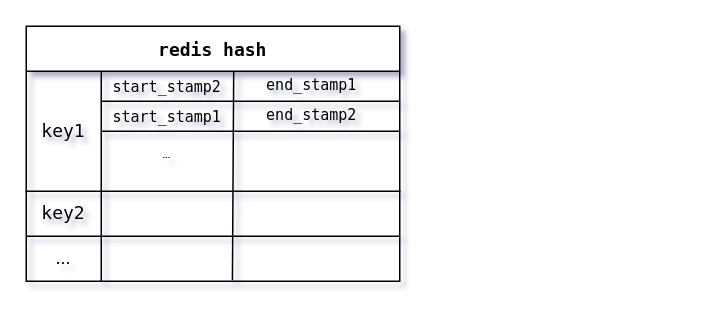
Above: course.drawio in rabbitdream/framework (draw.io), before the change. Source tidied: cells renumbered, new cells numbered last; positions are measured from the earlier drawing's top-left corner, leaving out a move shared by most shapes. Both pictures are drawn from the tidied source at 150%, with x=0, y=0 at pixel (26, 26).
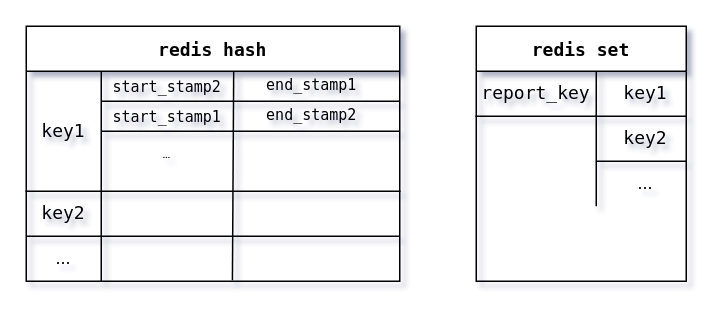
The same page after the edit.

Diff of the diagram source:
```diff
@@
+    <mxCell id="23" value="redis set" style="shape=table;startSize=30;childLayout=tableLayout;rowLines=0;fontStyle=1;align=center;fontFamily=Lucida Console;" parent="1" vertex="1">
+      <mxGeometry x="300" width="140" height="170" as="geometry" />
+    </mxCell>
+    <mxCell id="24" style="shape=partialRectangle;html=1;whiteSpace=wrap;fillColor=none;top=0;left=0;bottom=1;right=0;" parent="23" vertex="1">
+      <mxGeometry y="30" width="140" height="30" as="geometry" />
+    </mxCell>
+    <mxCell id="25" value="&lt;font face=&quot;Lucida Console&quot;&gt;report_key&lt;/font&gt;" style="shape=partialRectangle;html=1;whiteSpace=wrap;fillColor=none;top=0;left=0;bottom=0;right=0;overflow=hidden;" parent="24" vertex="1">
+      <mxGeometry width="80" height="30" as="geometry" />
+    </mxCell>
+    <mxCell id="26" value="&lt;div align=&quot;center&quot;&gt;&lt;font face=&quot;Lucida Console&quot;&gt;key1&lt;/font&gt;&lt;/div&gt;" style="shape=partialRectangle;html=1;whiteSpace=wrap;fillColor=none;top=0;left=0;bottom=0;right=0;align=center;spacingLeft=6;overflow=hidden;" parent="24" vertex="1">
+      <mxGeometry x="80" width="60" height="30" as="geometry" />
+    </mxCell>
+    <mxCell id="27" style="shape=partialRectangle;html=1;whiteSpace=wrap;fillColor=none;top=0;left=0;bottom=0;right=0;" parent="23" vertex="1">
+      <mxGeometry y="60" width="140" height="30" as="geometry" />
+    </mxCell>
+    <mxCell id="28" style="shape=partialRectangle;html=1;whiteSpace=wrap;fillColor=none;top=0;left=0;bottom=0;right=0;overflow=hidden;" parent="27" vertex="1">
+      <mxGeometry width="80" height="30" as="geometry" />
+    </mxCell>
+    <mxCell id="29" style="shape=partialRectangle;html=1;whiteSpace=wrap;fillColor=none;top=0;left=0;bottom=0;right=0;align=left;spacingLeft=6;overflow=hidden;" parent="27" vertex="1">
+      <mxGeometry x="80" width="60" height="30" as="geometry" />
+    </mxCell>
+    <mxCell id="30" style="shape=partialRectangle;html=1;whiteSpace=wrap;fillColor=none;top=0;left=0;bottom=0;right=0;" parent="23" vertex="1">
+      <mxGeometry y="90" width="140" height="30" as="geometry" />
+    </mxCell>
+    <mxCell id="31" style="shape=partialRectangle;html=1;whiteSpace=wrap;fillColor=none;top=0;left=0;bottom=0;right=0;overflow=hidden;" parent="30" vertex="1">
+      <mxGeometry width="80" height="30" as="geometry" />
+    </mxCell>
+    <mxCell id="32" style="shape=partialRectangle;html=1;whiteSpace=wrap;fillColor=none;top=0;left=0;bottom=0;right=0;align=left;spacingLeft=6;overflow=hidden;" parent="30" vertex="1">
+      <mxGeometry x="80" width="60" height="30" as="geometry" />
+    </mxCell>
+    <mxCell id="33" value="&lt;div align=&quot;center&quot;&gt;&lt;font face=&quot;Lucida Console&quot;&gt;key2&lt;/font&gt;&lt;/div&gt;" style="shape=partialRectangle;html=1;whiteSpace=wrap;fillColor=none;top=0;left=0;bottom=0;right=0;align=center;spacingLeft=6;overflow=hidden;" parent="1" vertex="1">
+      <mxGeometry x="380" y="60" width="60" height="30" as="geometry" />
+    </mxCell>
+    <mxCell id="34" value="..." style="shape=partialRectangle;html=1;whiteSpace=wrap;fillColor=none;top=0;left=0;bottom=0;right=0;align=center;spacingLeft=6;overflow=hidden;" parent="1" vertex="1">
+      <mxGeometry x="380" y="90" width="60" height="30" as="geometry" />
+    </mxCell>
+    <mxCell id="35" style="endArrow=none;html=1;fontFamily=Lucida Console;" parent="1" edge="1">
+      <mxGeometry relative="1" as="geometry">
+        <mxPoint x="380" y="90" as="sourcePoint" />
+        <mxPoint x="440" y="90" as="targetPoint" />
+      </mxGeometry>
+    </mxCell>
```
